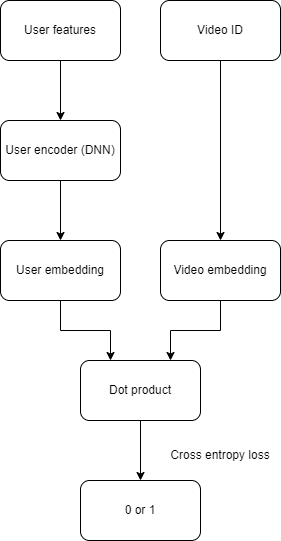
riehseun/riehseun.github.io keeps this draw.io diagram as machine-learning/image/machine-learning-system-design-1/video-recommendation-system-2.png. Above is the earlier version. Source tidied: cells renumbered, new cells last; positions are measured from the earlier drawing's top-left corner, leaving out a move shared by most shapes.
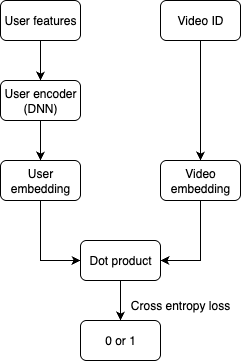
After the commit.

The edit, as a diff of the source:
```diff
@@ -6,43 +6,43 @@
       <mxGeometry relative="1" as="geometry" />
     </mxCell>
     <mxCell id="3" value="User features" style="rounded=1;whiteSpace=wrap;html=1;" parent="1" vertex="1">
-      <mxGeometry width="120" height="60" as="geometry" />
+      <mxGeometry width="80" height="40" as="geometry" />
     </mxCell>
     <mxCell id="4" style="edgeStyle=orthogonalEdgeStyle;rounded=0;jettySize=auto;html=1;exitX=0.5;exitY=1;exitDx=0;exitDy=0;entryX=0.5;entryY=0;entryDx=0;entryDy=0;" parent="1" edge="1" source="5" target="11">
       <mxGeometry relative="1" as="geometry" />
     </mxCell>
     <mxCell id="5" value="Video ID" style="rounded=1;whiteSpace=wrap;html=1;" parent="1" vertex="1">
-      <mxGeometry x="160" width="120" height="60" as="geometry" />
+      <mxGeometry x="160" width="80" height="40" as="geometry" />
     </mxCell>
     <mxCell id="6" style="edgeStyle=orthogonalEdgeStyle;rounded=0;jettySize=auto;html=1;exitX=0.5;exitY=1;exitDx=0;exitDy=0;entryX=0.5;entryY=0;entryDx=0;entryDy=0;" parent="1" edge="1" source="7" target="9">
       <mxGeometry relative="1" as="geometry" />
     </mxCell>
     <mxCell id="7" value="User encoder (DNN)" style="rounded=1;whiteSpace=wrap;html=1;" parent="1" vertex="1">
-      <mxGeometry y="120" width="120" height="60" as="geometry" />
+      <mxGeometry y="80" width="80" height="40" as="geometry" />
     </mxCell>
-    <mxCell id="8" style="edgeStyle=orthogonalEdgeStyle;rounded=0;jettySize=auto;html=1;exitX=0.5;exitY=1;exitDx=0;exitDy=0;entryX=0.25;entryY=0;entryDx=0;entryDy=0;" parent="1" edge="1" source="9" target="13">
+    <mxCell id="8" style="edgeStyle=orthogonalEdgeStyle;rounded=0;jettySize=auto;html=1;exitX=0.5;exitY=1;exitDx=0;exitDy=0;entryX=0;entryY=0.5;entryDx=0;entryDy=0;" parent="1" edge="1" source="9" target="13">
       <mxGeometry relative="1" as="geometry" />
     </mxCell>
     <mxCell id="9" value="User embedding" style="rounded=1;whiteSpace=wrap;html=1;" parent="1" vertex="1">
-      <mxGeometry y="240" width="120" height="60" as="geometry" />
+      <mxGeometry y="160" width="80" height="40" as="geometry" />
     </mxCell>
-    <mxCell id="10" style="edgeStyle=orthogonalEdgeStyle;rounded=0;jettySize=auto;html=1;exitX=0.5;exitY=1;exitDx=0;exitDy=0;entryX=0.75;entryY=0;entryDx=0;entryDy=0;" parent="1" edge="1" source="11" target="13">
+    <mxCell id="10" style="edgeStyle=orthogonalEdgeStyle;rounded=0;jettySize=auto;html=1;exitX=0.5;exitY=1;exitDx=0;exitDy=0;entryX=1;entryY=0.5;entryDx=0;entryDy=0;" parent="1" edge="1" source="11" target="13">
       <mxGeometry relative="1" as="geometry" />
     </mxCell>
     <mxCell id="11" value="Video embedding" style="rounded=1;whiteSpace=wrap;html=1;" parent="1" vertex="1">
-      <mxGeometry x="160" y="240" width="120" height="60" as="geometry" />
+      <mxGeometry x="160" y="160" width="80" height="40" as="geometry" />
     </mxCell>
     <mxCell id="12" style="edgeStyle=orthogonalEdgeStyle;rounded=0;jettySize=auto;html=1;exitX=0.5;exitY=1;exitDx=0;exitDy=0;entryX=0.5;entryY=0;entryDx=0;entryDy=0;" parent="1" edge="1" source="13" target="14">
       <mxGeometry relative="1" as="geometry" />
     </mxCell>
     <mxCell id="13" value="Dot product" style="rounded=1;whiteSpace=wrap;html=1;" parent="1" vertex="1">
-      <mxGeometry x="80" y="360" width="120" height="60" as="geometry" />
+      <mxGeometry x="80" y="240" width="80" height="40" as="geometry" />
     </mxCell>
     <mxCell id="14" value="0 or 1" style="rounded=1;whiteSpace=wrap;html=1;" parent="1" vertex="1">
-      <mxGeometry x="80" y="480" width="120" height="60" as="geometry" />
+      <mxGeometry x="80" y="320" width="80" height="40" as="geometry" />
     </mxCell>
     <mxCell id="15" value="Cross entropy loss" style="text;html=1;strokeColor=none;fillColor=none;align=center;verticalAlign=middle;whiteSpace=wrap;rounded=0;" parent="1" vertex="1">
-      <mxGeometry x="160" y="440" width="120" height="30" as="geometry" />
+      <mxGeometry x="120" y="290" width="120" height="30" as="geometry" />
     </mxCell>
   </root>
 </mxGraphModel>
```
